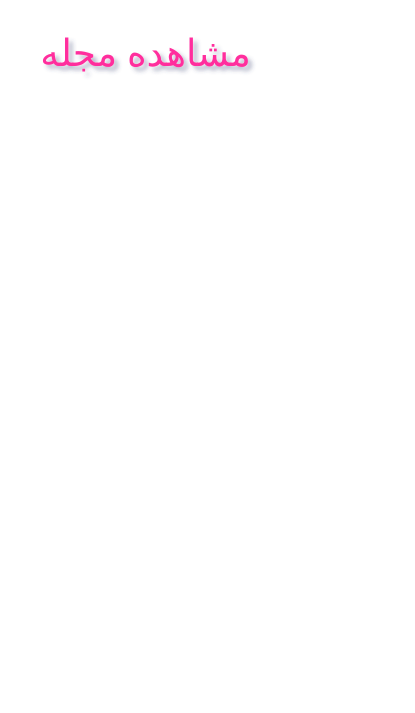
Before: page "مشاهده مجله" (3 of 20) of Sequence Diagram/SequenceDiagram.drawio in Matinrezaei/Software-Lab, a draw.io diagram. Source tidied: cells renumbered, new cells numbered last; positions are measured from the earlier drawing's top-left corner, leaving out a move shared by most shapes. Both pictures are drawn from the tidied source at 125%, with x=0, y=0 at pixel (21, 21).
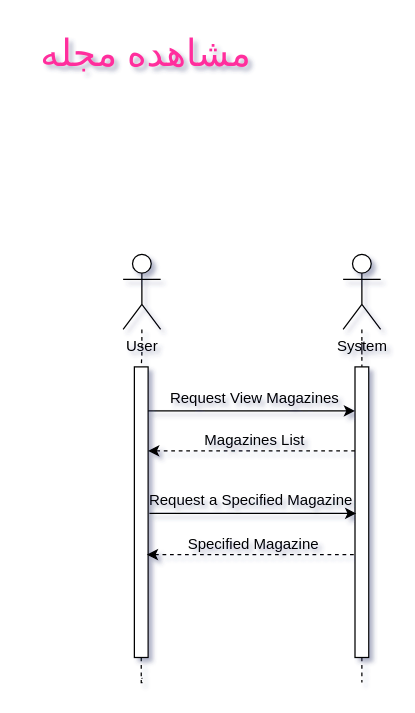
The same page after the edit.

The edit, as a diff of the source:
```diff
@@
+    <mxCell id="3" style="edgeStyle=orthogonalEdgeStyle;rounded=0;jettySize=auto;html=1;dashed=1;endArrow=none;endFill=0;" parent="1" edge="1" source="9">
+      <mxGeometry relative="1" as="geometry">
+        <mxPoint x="96" y="524.8" as="targetPoint" />
+      </mxGeometry>
+    </mxCell>
+    <mxCell id="4" value="User" style="shape=umlActor;verticalLabelPosition=bottom;verticalAlign=top;html=1;outlineConnect=0;" parent="1" vertex="1">
+      <mxGeometry x="81" y="186" width="30" height="60" as="geometry" />
+    </mxCell>
+    <mxCell id="5" style="edgeStyle=orthogonalEdgeStyle;rounded=0;jettySize=auto;html=1;dashed=1;endArrow=none;endFill=0;" parent="1" edge="1" source="12">
+      <mxGeometry relative="1" as="geometry">
+        <mxPoint x="272" y="525.2" as="targetPoint" />
+      </mxGeometry>
+    </mxCell>
+    <mxCell id="6" value="System" style="shape=umlActor;verticalLabelPosition=bottom;verticalAlign=top;html=1;outlineConnect=0;" parent="1" vertex="1">
+      <mxGeometry x="257" y="186" width="30" height="60" as="geometry" />
+    </mxCell>
+    <mxCell id="7" style="edgeStyle=orthogonalEdgeStyle;rounded=0;jettySize=auto;html=1;dashed=1;endArrow=none;endFill=0;" parent="1" edge="1" source="4" target="9">
+      <mxGeometry relative="1" as="geometry" />
+    </mxCell>
+    <mxCell id="8" style="edgeStyle=orthogonalEdgeStyle;rounded=0;orthogonalLoop=1;jettySize=auto;html=1;entryX=0.5;entryY=1;entryDx=0;entryDy=0;" parent="1" edge="1">
+      <mxGeometry relative="1" as="geometry">
+        <mxPoint x="101" y="311.2" as="sourcePoint" />
+        <mxPoint x="266.5" y="311.2" as="targetPoint" />
+      </mxGeometry>
+    </mxCell>
+    <mxCell id="9" style="rounded=0;whiteSpace=wrap;html=1;direction=south;" parent="1" vertex="1">
+      <mxGeometry x="90" y="276" width="11" height="232.5" as="geometry" />
+    </mxCell>
+    <mxCell id="10" style="edgeStyle=orthogonalEdgeStyle;rounded=0;jettySize=auto;html=1;dashed=1;endArrow=none;endFill=0;" parent="1" edge="1" source="6" target="12">
+      <mxGeometry relative="1" as="geometry" />
+    </mxCell>
+    <mxCell id="11" style="edgeStyle=orthogonalEdgeStyle;rounded=0;orthogonalLoop=1;jettySize=auto;html=1;dashed=1;" parent="1" edge="1">
+      <mxGeometry relative="1" as="geometry">
+        <mxPoint x="266.5" y="343.2" as="sourcePoint" />
+        <mxPoint x="101" y="343.2" as="targetPoint" />
+      </mxGeometry>
+    </mxCell>
+    <mxCell id="12" style="rounded=0;whiteSpace=wrap;html=1;direction=south;" parent="1" vertex="1">
+      <mxGeometry x="266.5" y="276" width="11" height="232.5" as="geometry" />
+    </mxCell>
+    <mxCell id="13" value="Request View Magazines" style="text;html=1;align=center;verticalAlign=middle;strokeColor=none;fillColor=none;" parent="1" vertex="1">
+      <mxGeometry x="109" y="288" width="153" height="26" as="geometry" />
+    </mxCell>
+    <mxCell id="14" value="Magazines List" style="text;html=1;align=center;verticalAlign=middle;strokeColor=none;fillColor=none;" parent="1" vertex="1">
+      <mxGeometry x="137" y="322" width="98" height="26" as="geometry" />
+    </mxCell>
+    <mxCell id="15" style="edgeStyle=orthogonalEdgeStyle;rounded=0;orthogonalLoop=1;jettySize=auto;html=1;entryX=0.5;entryY=1;entryDx=0;entryDy=0;" parent="1" edge="1">
+      <mxGeometry relative="1" as="geometry">
+        <mxPoint x="102" y="393.2" as="sourcePoint" />
+        <mxPoint x="267.5" y="393.2" as="targetPoint" />
+      </mxGeometry>
+    </mxCell>
+    <mxCell id="16" value="Request a Specified Magazine" style="text;html=1;align=center;verticalAlign=middle;strokeColor=none;fillColor=none;" parent="1" vertex="1">
+      <mxGeometry x="93" y="370" width="180" height="26" as="geometry" />
+    </mxCell>
+    <mxCell id="17" style="edgeStyle=orthogonalEdgeStyle;rounded=0;orthogonalLoop=1;jettySize=auto;html=1;dashed=1;" parent="1" edge="1">
+      <mxGeometry relative="1" as="geometry">
+        <mxPoint x="265.5" y="426.2" as="sourcePoint" />
+        <mxPoint x="100" y="426.2" as="targetPoint" />
+      </mxGeometry>
+    </mxCell>
+    <mxCell id="18" value="Specified Magazine" style="text;html=1;align=center;verticalAlign=middle;strokeColor=none;fillColor=none;" parent="1" vertex="1">
+      <mxGeometry x="124" y="405" width="122" height="26" as="geometry" />
+    </mxCell>
```
